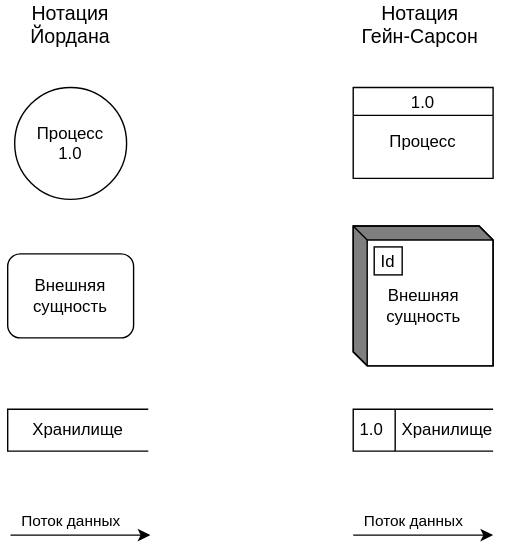
Above: docs/img/dfd.svg in Ol333/hate-arising-labs (draw.io), before the change. Source tidied: cells renumbered, new cells last; positions are measured from the earlier drawing's top-left corner, leaving out a move shared by most shapes.
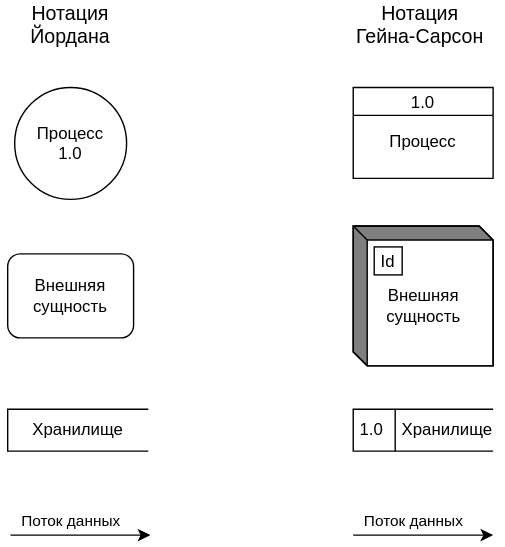
The same diagram one commit later.

The edit, as a diff of the source:
```diff
@@ -8,7 +8,7 @@
     <mxCell id="3" value="Нотация Йордана" style="text;html=1;strokeColor=none;fillColor=none;align=center;verticalAlign=middle;whiteSpace=wrap;rounded=0;fontSize=14;" parent="1" vertex="1">
       <mxGeometry x="15" width="60" height="30" as="geometry" />
     </mxCell>
-    <mxCell id="4" value="Нотация &lt;br style=&quot;font-size: 14px;&quot;&gt;Гейн-Сарсон" style="text;html=1;strokeColor=none;fillColor=none;align=center;verticalAlign=middle;whiteSpace=wrap;rounded=0;fontSize=14;" parent="1" vertex="1">
+    <mxCell id="4" value="Нотация &lt;br style=&quot;font-size: 14px;&quot;&gt;Гейна-Сарсон" style="text;html=1;strokeColor=none;fillColor=none;align=center;verticalAlign=middle;whiteSpace=wrap;rounded=0;fontSize=14;" parent="1" vertex="1">
       <mxGeometry x="235" width="120" height="30" as="geometry" />
     </mxCell>
     <mxCell id="5" value="Внешняя сущность" style="rounded=1;whiteSpace=wrap;html=1;" parent="1" vertex="1">
```
